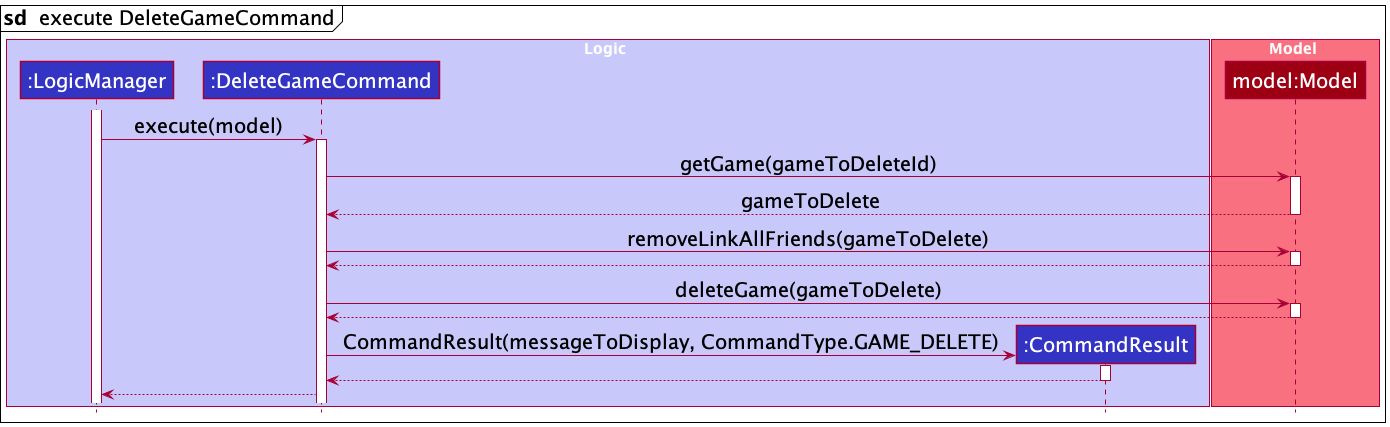
The PlantUML diagram docs/images/DeleteGameSequenceDiagram2.png in nus-cs2103-AY2122S1/tp, before a commit. Source of this version:
```plantuml
@startuml
!include style.puml
skinparam defaultFontSize 20

mainframe **sd**  execute DeleteGameCommand

box Logic LOGIC_COLOR_T1
participant ":LogicManager" as LogicManager LOGIC_COLOR
participant ":DeleteGameCommand" as DeleteGameCommand LOGIC_COLOR
participant ":CommandResult" as CommandResult LOGIC_COLOR
end box

box Model MODEL_COLOR_T1
participant "model:Model" as Model MODEL_COLOR
end box

activate LogicManager

LogicManager -> DeleteGameCommand : execute(model)
activate DeleteGameCommand

DeleteGameCommand -> Model : getGame(gameToDeleteId)
activate Model

Model --> DeleteGameCommand : gameToDelete
deactivate Model

DeleteGameCommand -> Model : removeLinkAllFriends(gameToDelete)
activate Model

Model --> DeleteGameCommand
deactivate Model

DeleteGameCommand -> Model : deleteGame(gameToDelete)
activate Model

Model --> DeleteGameCommand
deactivate Model

create CommandResult
DeleteGameCommand -> CommandResult : CommandResult(messageToDisplay, CommandType.GAME_DELETE)
activate CommandResult

CommandResult --> DeleteGameCommand
deactivate CommandResult

DeleteGameCommand --> LogicManager
@enduml
```
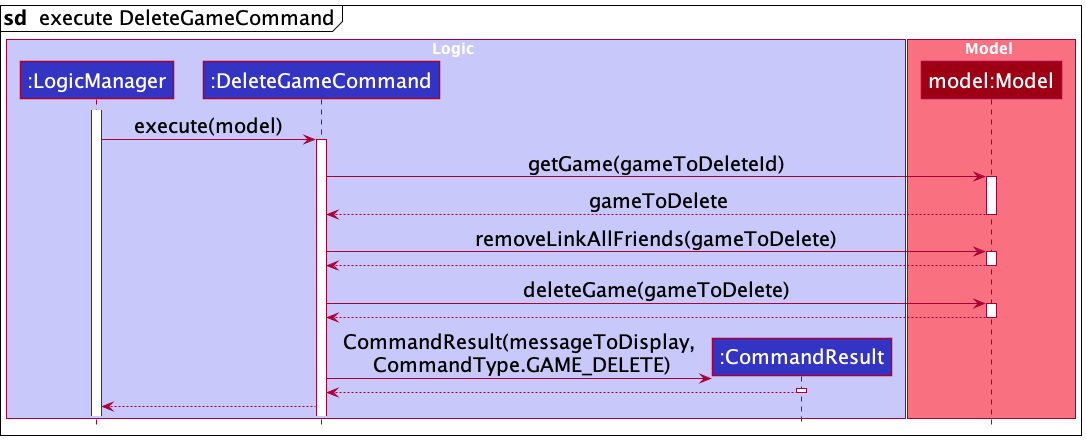
After the change.

Change to the diagram source:
```diff
@@ -38,7 +38,7 @@
 deactivate Model
 
 create CommandResult
-DeleteGameCommand -> CommandResult : CommandResult(messageToDisplay, CommandType.GAME_DELETE)
+DeleteGameCommand -> CommandResult : CommandResult(messageToDisplay,\n CommandType.GAME_DELETE)
 activate CommandResult
 
 CommandResult --> DeleteGameCommand
```
